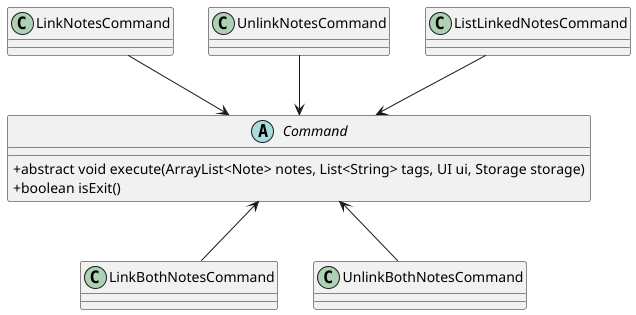
Earlier version of the PlantUML export docs/images/LinkCommands.png (shauntsr/tp).
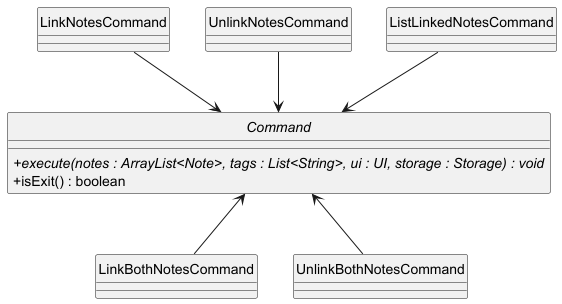
After the commit.

Change to the diagram source:
```diff
@@ -1,9 +1,10 @@
 @startuml LinkCommands
 skinparam classAttributeIconSize 0
+hide circle
 
 abstract class Command {
-    + abstract void execute(ArrayList<Note> notes, List<String> tags, UI ui, Storage storage)
-    + boolean isExit()
+    + {abstract} execute(notes : ArrayList<Note>, tags : List<String>, ui : UI, storage : Storage) : void
+    + isExit() : boolean
 }
 
 class LinkNotesCommand
```
